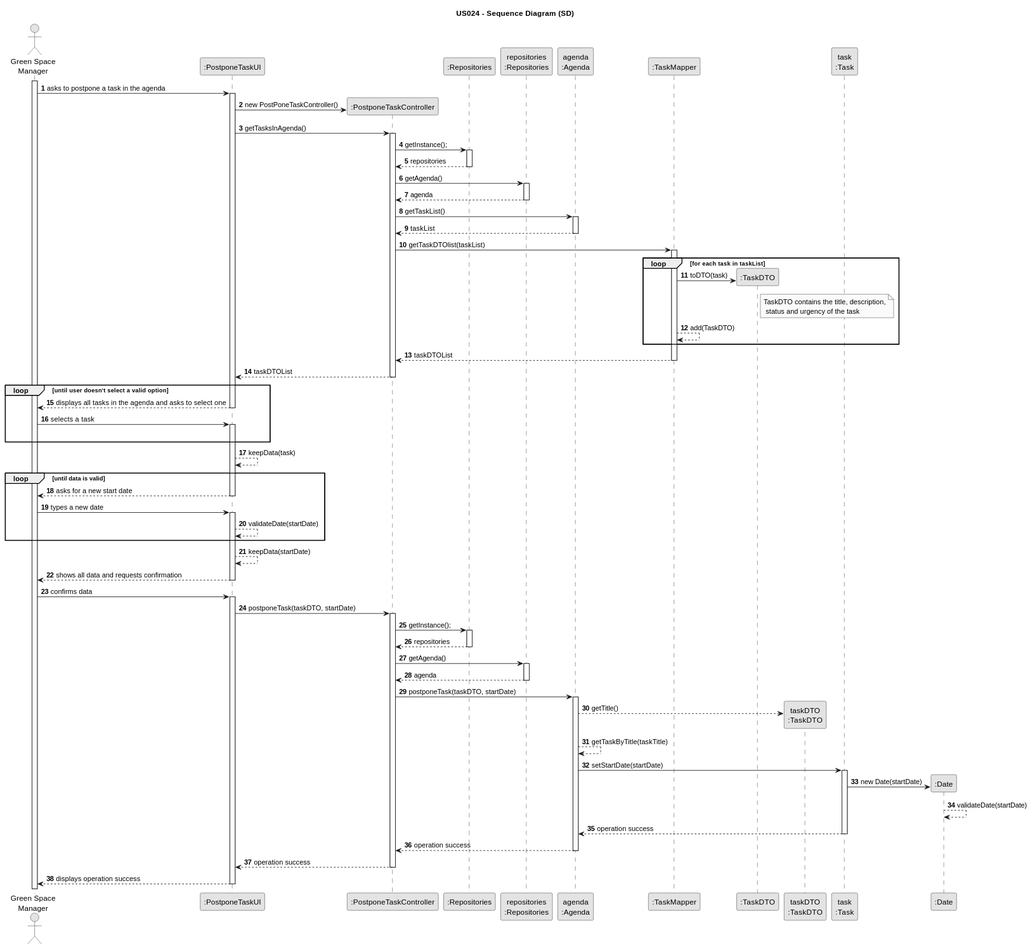
The PlantUML diagram docs/sprintC/us024/03.design/svg/us024-sequence-diagram.svg in Rui-San/LAPR2_2023_2024, before a commit. The source it was exported from:
```plantuml
@startuml
skinparam monochrome true
skinparam packageStyle rectangle
skinparam shadowing false

title US024 - Sequence Diagram (SD)

autonumber

actor "Green Space\nManager" as GSM
participant ":PostponeTaskUI" as UI
participant ":PostponeTaskController" as CTRL
participant ":Repositories" as REPO
participant "repositories\n:Repositories" as REPOInstance
participant "agenda\n:Agenda" as AGENDA
participant ":TaskMapper" as TaskMapper
participant ":TaskDTO" as TaskDTO
participant "taskDTO\n:TaskDTO" as getTaskDTO
participant "task\n:Task" as Task
participant ":Date" as Date

activate GSM

    GSM -> UI : asks to postpone a task in the agenda
    activate UI

    UI -> CTRL** : new PostPoneTaskController()

    UI -> CTRL : getTasksInAgenda()
    activate CTRL

        CTRL -> REPO : getInstance();
        activate REPO

            REPO --> CTRL : repositories
        deactivate REPO
        CTRL -> REPOInstance : getAgenda()
        activate REPOInstance

            REPOInstance --> CTRL : agenda
        deactivate REPOInstance
        CTRL -> AGENDA : getTaskList()
        activate AGENDA

            AGENDA --> CTRL : taskList
        deactivate AGENDA

        CTRL -> TaskMapper: getTaskDTOlist(taskList)
        activate TaskMapper

loop for each task in taskList
            TaskMapper -> TaskDTO**: toDTO(task)
            note right of TaskDTO
                TaskDTO contains the title, description,
                 status and urgency of the task
            end note
            TaskMapper --> TaskMapper : add(TaskDTO)
end loop
            TaskMapper --> CTRL : taskDTOList
        deactivate TaskMapper
        CTRL --> UI : taskDTOList

    deactivate CTRL

loop until user doesn't select a valid option
        UI --> GSM : displays all tasks in the agenda and asks to select one
    deactivate UI

    GSM -> UI : selects a task
    activate UI
    |||
end loop
        UI --> UI : keepData(task)
loop until data is valid
        UI --> GSM : asks for a new start date
    deactivate UI

    GSM -> UI : types a new date
    activate UI
        UI --> UI : validateDate(startDate)
end loop
        UI --> UI : keepData(startDate)
        UI --> GSM : shows all data and requests confirmation
    deactivate UI

    GSM -> UI : confirms data
    activate UI

        UI -> CTRL : postponeTask(taskDTO, startDate)
        activate CTRL

            CTRL -> REPO : getInstance();
            activate REPO

                REPO --> CTRL : repositories
            deactivate REPO
            CTRL -> REPOInstance : getAgenda()
            activate REPOInstance

                REPOInstance --> CTRL : agenda
            deactivate REPOInstance
            CTRL -> AGENDA : postponeTask(taskDTO, startDate)
            activate AGENDA

                AGENDA --> getTaskDTO** : getTitle()
                AGENDA --> AGENDA : getTaskByTitle(taskTitle)
                AGENDA -> Task : setStartDate(startDate)
                activate Task

                    Task -> Date** : new Date(startDate)
                    Date --> Date : validateDate(startDate)
                    Task --> AGENDA : operation success
                deactivate Task

                AGENDA --> CTRL : operation success
            deactivate AGENDA

            CTRL --> UI : operation success
        deactivate CTRL

        UI --> GSM : displays operation success
    deactivate UI
@enduml
```
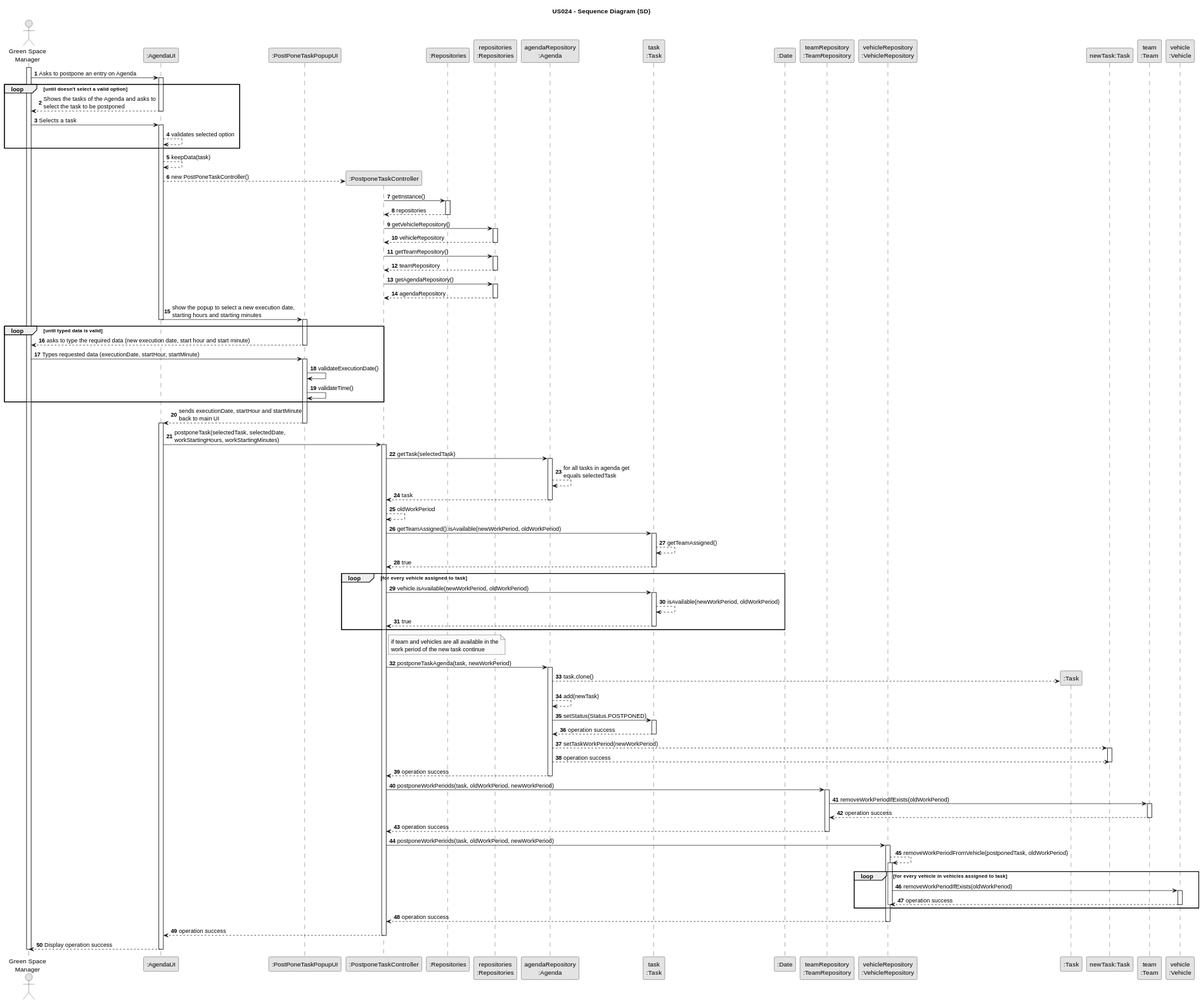
Above is the later version.

Commit message:
US24 - Sequence System Diagram

The edit, as a diff of the source:
```diff
@@ -8,116 +8,164 @@
 autonumber
 
 actor "Green Space\nManager" as GSM
-participant ":PostponeTaskUI" as UI
+participant ":AgendaUI" as UI
+participant ":PostPoneTaskPopupUI" as Popup
 participant ":PostponeTaskController" as CTRL
 participant ":Repositories" as REPO
 participant "repositories\n:Repositories" as REPOInstance
-participant "agenda\n:Agenda" as AGENDA
-participant ":TaskMapper" as TaskMapper
-participant ":TaskDTO" as TaskDTO
-participant "taskDTO\n:TaskDTO" as getTaskDTO
+participant "agendaRepository\n:Agenda" as AGENDA
 participant "task\n:Task" as Task
 participant ":Date" as Date
+participant "teamRepository\n:TeamRepository" as TeamRepo
+participant "vehicleRepository\n:VehicleRepository" as VehicleRepo
+participant ":Task" as NewTask
+participant "newTask:Task" as NewTaskTask
+participant "team\n:Team" as Team
+participant "vehicle\n:Vehicle" as Vehicle
 
 activate GSM
 
-    GSM -> UI : asks to postpone a task in the agenda
+    GSM -> UI : Asks to postpone an entry on Agenda
+
     activate UI
+loop until doesn't select a valid option
+        UI --> GSM : Shows the tasks of the Agenda and asks to\nselect the task to be postponed
+    deactivate UI
 
-    UI -> CTRL** : new PostPoneTaskController()
-
-    UI -> CTRL : getTasksInAgenda()
-    activate CTRL
-
-        CTRL -> REPO : getInstance();
+    GSM -> UI : Selects a task
+    activate UI
+    UI --> UI : validates selected option
+end loop
+        UI --> UI : keepData(task)
+        UI --> CTRL** : new PostPoneTaskController()
+        CTRL -> REPO : getInstance()
         activate REPO
 
             REPO --> CTRL : repositories
         deactivate REPO
-        CTRL -> REPOInstance : getAgenda()
+        CTRL -> REPOInstance : getVehicleRepository()
         activate REPOInstance
 
-            REPOInstance --> CTRL : agenda
+            REPOInstance --> CTRL : vehicleRepository
         deactivate REPOInstance
-        CTRL -> AGENDA : getTaskList()
-        activate AGENDA
+        CTRL -> REPOInstance : getTeamRepository()
+        activate REPOInstance
 
-            AGENDA --> CTRL : taskList
-        deactivate AGENDA
+            REPOInstance --> CTRL : teamRepository
+        deactivate REPOInstance
+        CTRL -> REPOInstance : getAgendaRepository()
+        activate REPOInstance
 
-        CTRL -> TaskMapper: getTaskDTOlist(taskList)
-        activate TaskMapper
+            REPOInstance --> CTRL : agendaRepository
+        deactivate REPOInstance
 
-loop for each task in taskList
-            TaskMapper -> TaskDTO**: toDTO(task)
-            note right of TaskDTO
-                TaskDTO contains the title, description,
-                 status and urgency of the task
-            end note
-            TaskMapper --> TaskMapper : add(TaskDTO)
-end loop
-            TaskMapper --> CTRL : taskDTOList
-        deactivate TaskMapper
-        CTRL --> UI : taskDTOList
-
-    deactivate CTRL
-
-loop until user doesn't select a valid option
-        UI --> GSM : displays all tasks in the agenda and asks to select one
+        UI -> Popup : show the popup to select a new execution date,\nstarting hours and starting minutes
     deactivate UI
 
-    GSM -> UI : selects a task
-    activate UI
-    |||
+    activate Popup
+loop until typed data is valid
+        Popup --> GSM : asks to type the required data (new execution date, start hour and start minute)
+    deactivate Popup
+
+    GSM -> Popup : Types requested data (executionDate, startHour, startMinute)
+    activate Popup
+
+        Popup -> Popup : validateExecutionDate()
+        Popup -> Popup : validateTime()
 end loop
-        UI --> UI : keepData(task)
-loop until data is valid
-        UI --> GSM : asks for a new start date
-    deactivate UI
+        Popup --> UI : sends executionDate, startHour and startMinute\nback to main UI
+    deactivate Popup
 
-    GSM -> UI : types a new date
-    activate UI
-        UI --> UI : validateDate(startDate)
-end loop
-        UI --> UI : keepData(startDate)
-        UI --> GSM : shows all data and requests confirmation
-    deactivate UI
-
-    GSM -> UI : confirms data
     activate UI
 
-        UI -> CTRL : postponeTask(taskDTO, startDate)
+        UI -> CTRL : postponeTask(selectedTask, selectedDate,\nworkStartingHours, workStartingMinutes)
         activate CTRL
 
-            CTRL -> REPO : getInstance();
-            activate REPO
-
-                REPO --> CTRL : repositories
-            deactivate REPO
-            CTRL -> REPOInstance : getAgenda()
-            activate REPOInstance
-
-                REPOInstance --> CTRL : agenda
-            deactivate REPOInstance
-            CTRL -> AGENDA : postponeTask(taskDTO, startDate)
+            CTRL -> AGENDA : getTask(selectedTask)
             activate AGENDA
 
-                AGENDA --> getTaskDTO** : getTitle()
-                AGENDA --> AGENDA : getTaskByTitle(taskTitle)
-                AGENDA -> Task : setStartDate(startDate)
+                AGENDA --> AGENDA : for all tasks in agenda get\nequals selectedTask
+                AGENDA --> CTRL : task
+            deactivate AGENDA
+
+            CTRL --> CTRL : oldWorkPeriod
+
+            CTRL -> Task : getTeamAssigned().isAvailable(newWorkPeriod, oldWorkPeriod)
+            activate Task
+
+                Task --> Task : getTeamAssigned()
+                Task --> CTRL : true
+            deactivate Task
+
+            loop for every vehicle assigned to task
+            CTRL -> Task : vehicle.isAvailable(newWorkPeriod, oldWorkPeriod)
+            activate Task
+
+                Task --> Task : isAvailable(newWorkPeriod, oldWorkPeriod)
+                Task --> CTRL : true
+            deactivate Task
+            end loop
+
+            note right of CTRL
+                if team and vehicles are all available in the
+                work period of the new task continue
+            end note
+
+            CTRL -> AGENDA : postponeTaskAgenda(task, newWorkPeriod)
+            activate AGENDA
+
+                AGENDA --> NewTask** : task.clone()
+                AGENDA --> AGENDA : add(newTask)
+                AGENDA -> Task : setStatus(Status.POSTPONED)
                 activate Task
 
-                    Task -> Date** : new Date(startDate)
-                    Date --> Date : validateDate(startDate)
                     Task --> AGENDA : operation success
                 deactivate Task
+                AGENDA --> NewTaskTask : setTaskWorkPeriod(newWorkPeriod)
+                activate NewTaskTask
+
+                    AGENDA --> NewTaskTask : operation success
+                deactivate NewTaskTask
 
                 AGENDA --> CTRL : operation success
             deactivate AGENDA
 
+            CTRL -> TeamRepo : postponeWorkPeriods(task, oldWorkPeriod, newWorkPeriod)
+            activate TeamRepo
+
+                TeamRepo -> Team : removeWorkPeriodIfExists(oldWorkPeriod)
+                activate Team
+
+                    Team --> TeamRepo : operation success
+                deactivate Team
+
+                TeamRepo --> CTRL : operation success
+            deactivate TeamRepo
+
+            CTRL -> VehicleRepo : postponeWorkPeriods(task, oldWorkPeriod, newWorkPeriod)
+            activate VehicleRepo
+
+                VehicleRepo --> VehicleRepo : removeWorkPeriodFromVehicle(postponedTask, oldWorkPeriod)
+                loop for every vehicle in vehicles assigned to task
+                activate VehicleRepo
+
+                    VehicleRepo -> Vehicle : removeWorkPeriodIfExists(oldWorkPeriod)
+                    activate Vehicle
+
+                        Vehicle --> VehicleRepo : operation success
+                    deactivate Vehicle
+                deactivate VehicleRepo
+                end loop
+
+                VehicleRepo --> CTRL : operation success
+            deactivate VehicleRepo
+
             CTRL --> UI : operation success
         deactivate CTRL
 
-        UI --> GSM : displays operation success
+        UI --> GSM : Display operation success
+
     deactivate UI
+
+deactivate GSM
 @enduml
```
